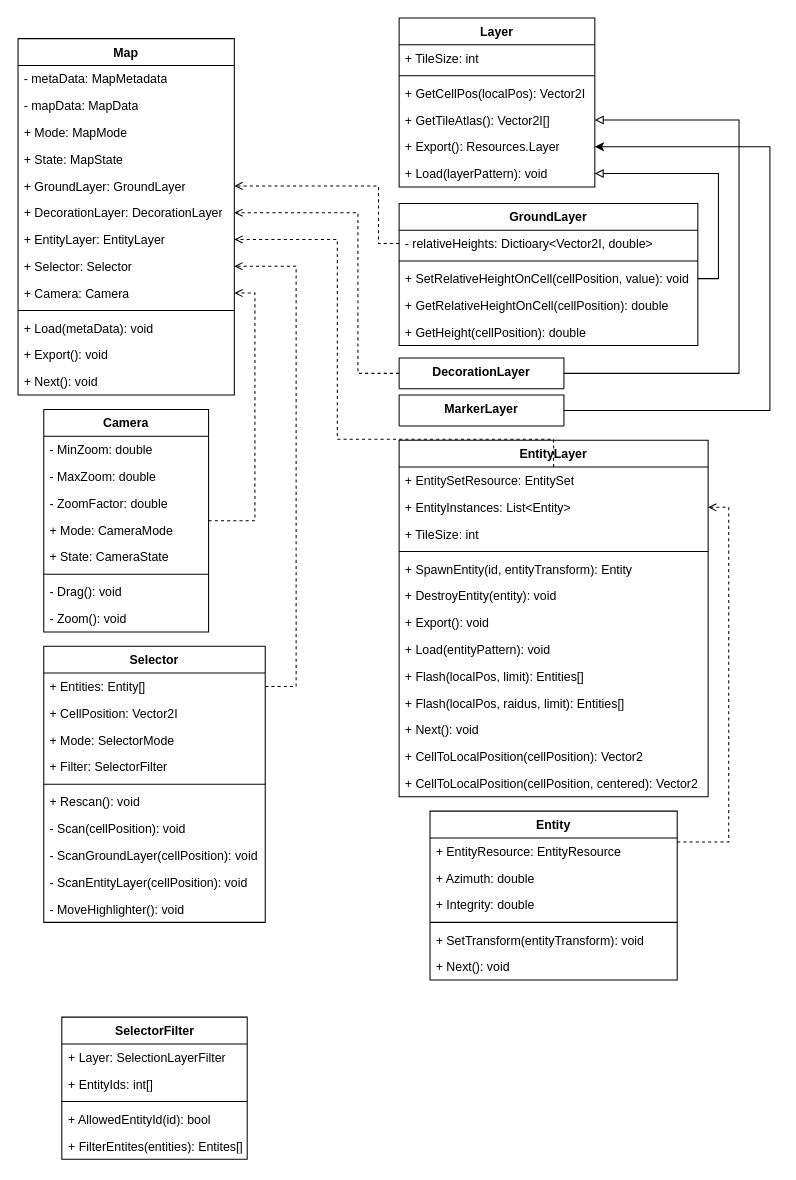
Earlier version of the draw.io diagram Documentation/Assets/MapClass.drawio (1ivyatan/drumstalotajs). Source tidied: cells renumbered, new cells numbered last; positions are measured from the earlier drawing's top-left corner, leaving out a move shared by most shapes. Both pictures are drawn from the tidied source at 103%, with x=0, y=0 at pixel (18, 18).
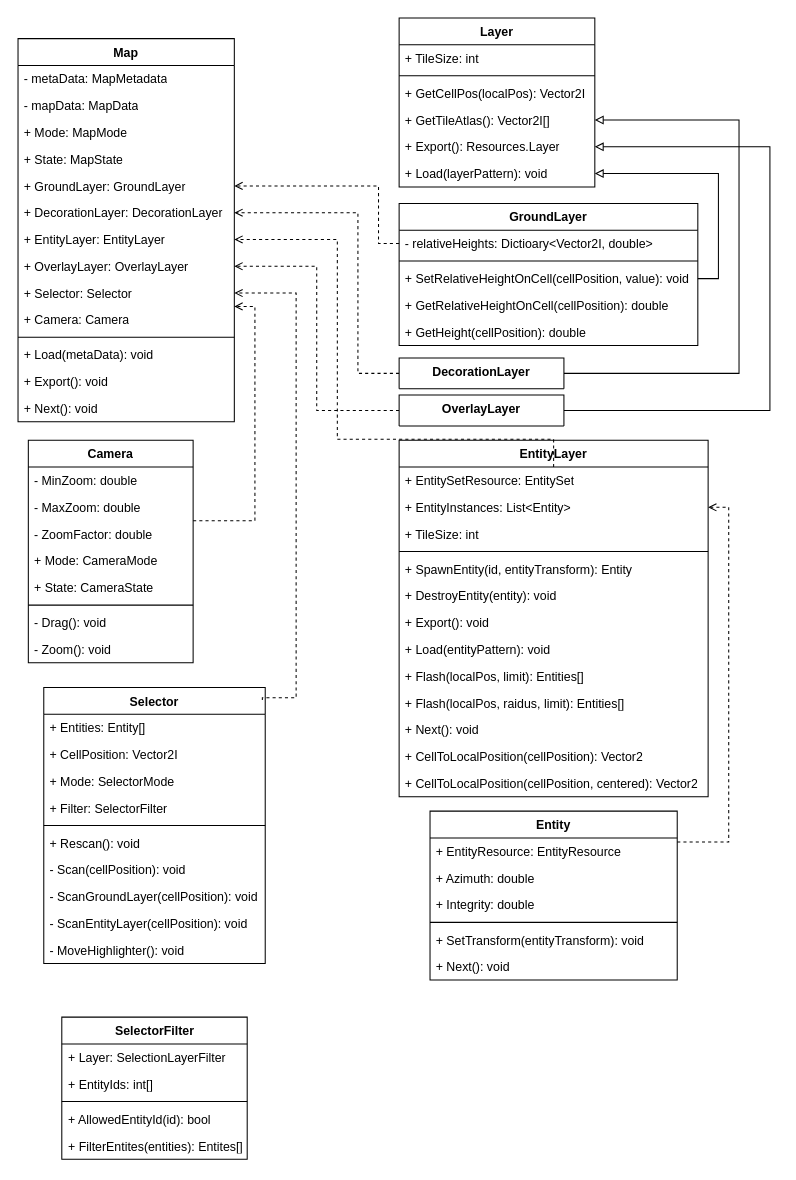
After the change.

Unchanged cells that the change refers to:
```xml
<mxCell id="21" value="+ Export(): Resources.Layer" style="text;strokeColor=none;fillColor=none;align=left;verticalAlign=top;spacingLeft=4;spacingRight=4;overflow=hidden;points=[[0,0.5],[1,0.5]];portConstraint=eastwest;whiteSpace=wrap;html=1;" parent="16" vertex="1">
  <mxGeometry y="112" width="190" height="26" as="geometry" />
</mxCell>
<mxCell id="48" value="+ Entities: Entity[]" style="text;strokeColor=none;fillColor=none;align=left;verticalAlign=top;spacingLeft=4;spacingRight=4;overflow=hidden;points=[[0,0.5],[1,0.5]];portConstraint=eastwest;whiteSpace=wrap;html=1;" parent="47" vertex="1">
  <mxGeometry y="26" width="215" height="26" as="geometry" />
</mxCell>
```

The edit, as a diff of the source:
```diff
@@
     <mxCell id="2" value="Map" style="swimlane;fontStyle=1;align=center;verticalAlign=top;horizontal=1;startSize=26;whiteSpace=wrap;html=1;" parent="1" vertex="1">
-      <mxGeometry y="20" width="210" height="346" as="geometry" />
+      <mxGeometry y="20" width="210" height="372" as="geometry" />
     </mxCell>
@@
+    <mxCell id="87" value="+ OverlayLayer: OverlayLayer" style="text;strokeColor=none;fillColor=none;align=left;verticalAlign=top;spacingLeft=4;spacingRight=4;overflow=hidden;points=[[0,0.5],[1,0.5]];portConstraint=eastwest;whiteSpace=wrap;html=1;" parent="2" vertex="1">
+      <mxGeometry y="208" width="210" height="26" as="geometry" />
+    </mxCell>
     <mxCell id="10" value="+ Selector: Selector" style="text;strokeColor=none;fillColor=none;align=left;verticalAlign=top;spacingLeft=4;spacingRight=4;overflow=hidden;points=[[0,0.5],[1,0.5]];portConstraint=eastwest;whiteSpace=wrap;html=1;" parent="2" vertex="1">
-      <mxGeometry y="208" width="210" height="26" as="geometry" />
+      <mxGeometry y="234" width="210" height="26" as="geometry" />
     </mxCell>
     <mxCell id="11" value="+ Camera: Camera" style="text;strokeColor=none;fillColor=none;align=left;verticalAlign=top;spacingLeft=4;spacingRight=4;overflow=hidden;points=[[0,0.5],[1,0.5]];portConstraint=eastwest;whiteSpace=wrap;html=1;" parent="2" vertex="1">
-      <mxGeometry y="234" width="210" height="26" as="geometry" />
+      <mxGeometry y="260" width="210" height="26" as="geometry" />
     </mxCell>
     <mxCell id="12" style="line;strokeWidth=1;fillColor=none;align=left;verticalAlign=middle;spacingTop=-1;spacingLeft=3;spacingRight=3;labelPosition=right;strokeColor=inherit;" parent="2" vertex="1">
-      <mxGeometry y="260" width="210" height="8" as="geometry" />
+      <mxGeometry y="286" width="210" height="8" as="geometry" />
     </mxCell>
     <mxCell id="13" value="+ Load(metaData): void" style="text;strokeColor=none;fillColor=none;align=left;verticalAlign=top;spacingLeft=4;spacingRight=4;overflow=hidden;whiteSpace=wrap;html=1;" parent="2" vertex="1">
-      <mxGeometry y="268" width="210" height="26" as="geometry" />
+      <mxGeometry y="294" width="210" height="26" as="geometry" />
     </mxCell>
     <mxCell id="14" value="+ Export(): void" style="text;strokeColor=none;fillColor=none;align=left;verticalAlign=top;spacingLeft=4;spacingRight=4;overflow=hidden;whiteSpace=wrap;html=1;" parent="2" vertex="1">
-      <mxGeometry y="294" width="210" height="26" as="geometry" />
+      <mxGeometry y="320" width="210" height="26" as="geometry" />
     </mxCell>
     <mxCell id="15" value="+ Next(): void" style="text;strokeColor=none;fillColor=none;align=left;verticalAlign=top;spacingLeft=4;spacingRight=4;overflow=hidden;whiteSpace=wrap;html=1;" parent="2" vertex="1">
-      <mxGeometry y="320" width="210" height="26" as="geometry" />
+      <mxGeometry y="346" width="210" height="26" as="geometry" />
     </mxCell>
@@
     <mxCell id="47" value="Selector" style="swimlane;fontStyle=1;align=center;verticalAlign=top;horizontal=1;startSize=26;whiteSpace=wrap;html=1;" parent="1" vertex="1">
-      <mxGeometry x="25" y="610" width="215" height="268" as="geometry" />
+      <mxGeometry x="25" y="650" width="215" height="268" as="geometry" />
     </mxCell>
@@
     <mxCell id="58" style="edgeStyle=orthogonalEdgeStyle;rounded=0;jettySize=auto;html=1;endArrow=open;endFill=0;dashed=1;" parent="1" edge="1" source="59" target="11">
       <mxGeometry relative="1" as="geometry">
         <Array as="points">
           <mxPoint x="230" y="488" />
-          <mxPoint x="230" y="267" />
+          <mxPoint x="230" y="280" />
         </Array>
       </mxGeometry>
     </mxCell>
     <mxCell id="59" value="Camera" style="swimlane;fontStyle=1;align=center;verticalAlign=top;horizontal=1;startSize=26;whiteSpace=wrap;html=1;" parent="1" vertex="1">
-      <mxGeometry x="25" y="380" width="160" height="216" as="geometry" />
+      <mxGeometry x="10" y="410" width="160" height="216" as="geometry" />
     </mxCell>
@@
-    <mxCell id="74" style="edgeStyle=orthogonalEdgeStyle;rounded=0;jettySize=auto;html=1;entryX=1;entryY=0.5;entryDx=0;entryDy=0;endArrow=open;endFill=0;dashed=1;" parent="1" edge="1" source="48" target="10">
+    <mxCell id="74" style="edgeStyle=orthogonalEdgeStyle;rounded=0;jettySize=auto;html=1;endArrow=open;endFill=0;dashed=1;entryX=1;entryY=0.5;entryDx=0;entryDy=0;exitX=0.987;exitY=0.045;exitDx=0;exitDy=0;exitPerimeter=0;" parent="1" edge="1" source="47" target="10">
       <mxGeometry relative="1" as="geometry">
         <Array as="points">
-          <mxPoint x="270" y="649" />
-          <mxPoint x="270" y="241" />
+          <mxPoint x="237" y="660" />
+          <mxPoint x="270" y="660" />
+          <mxPoint x="270" y="267" />
         </Array>
       </mxGeometry>
     </mxCell>
@@
-    <mxCell id="85" style="edgeStyle=orthogonalEdgeStyle;rounded=0;jettySize=auto;html=1;exitX=1;exitY=0.5;exitDx=0;exitDy=0;entryX=1;entryY=0.5;entryDx=0;entryDy=0;" parent="1" edge="1" source="86" target="21">
+    <mxCell id="85" style="edgeStyle=orthogonalEdgeStyle;rounded=0;jettySize=auto;html=1;exitX=1;exitY=0.5;exitDx=0;exitDy=0;entryX=1;entryY=0.5;entryDx=0;entryDy=0;endArrow=block;endFill=0;" parent="1" edge="1" source="86" target="21">
       <mxGeometry relative="1" as="geometry">
         <Array as="points">
           <mxPoint x="730" y="381" />
           <mxPoint x="730" y="125" />
         </Array>
       </mxGeometry>
     </mxCell>
+    <mxCell id="88" style="edgeStyle=orthogonalEdgeStyle;rounded=0;jettySize=auto;html=1;entryX=1;entryY=0.5;entryDx=0;entryDy=0;dashed=1;endArrow=open;endFill=0;" parent="1" edge="1" source="86" target="87">
+      <mxGeometry relative="1" as="geometry">
+        <Array as="points">
+          <mxPoint x="290" y="381" />
+          <mxPoint x="290" y="241" />
+        </Array>
+      </mxGeometry>
+    </mxCell>
-    <mxCell id="86" value="MarkerLayer" style="swimlane;fontStyle=1;align=center;verticalAlign=top;horizontal=1;startSize=30;whiteSpace=wrap;html=1;" parent="1" vertex="1">
+    <mxCell id="86" value="OverlayLayer" style="swimlane;fontStyle=1;align=center;verticalAlign=top;horizontal=1;startSize=30;whiteSpace=wrap;html=1;" parent="1" vertex="1">
       <mxGeometry x="370" y="366" width="160" height="30" as="geometry" />
     </mxCell>
```
